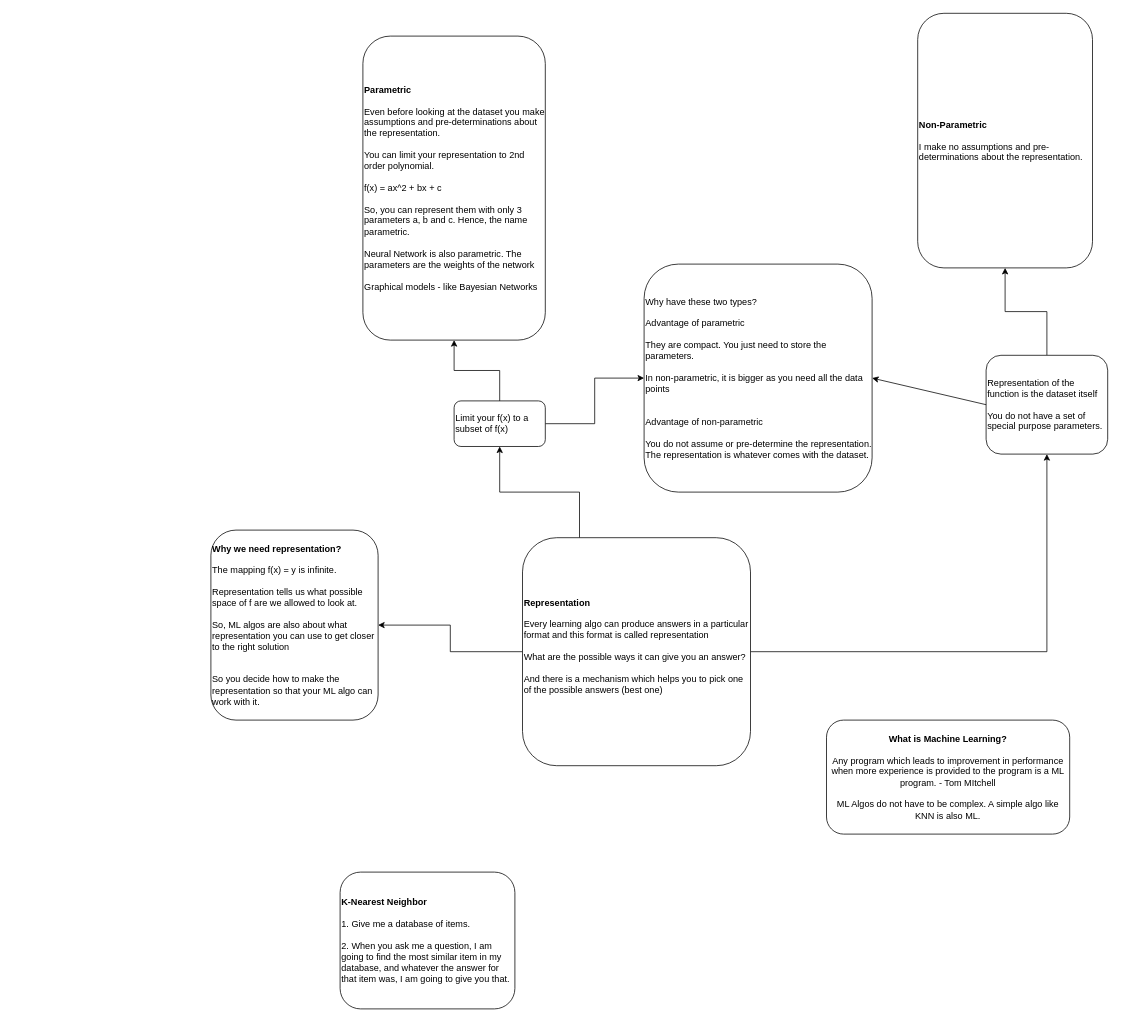
Before: ML-01.drawio in AmlanAlok/draw.io-diagrams, a draw.io diagram. Source tidied: cells renumbered, new cells numbered last; positions are measured from the earlier drawing's top-left corner, leaving out a move shared by most shapes. Both pictures are drawn from the tidied source at 76%, with x=0, y=0 at pixel (211, 13).
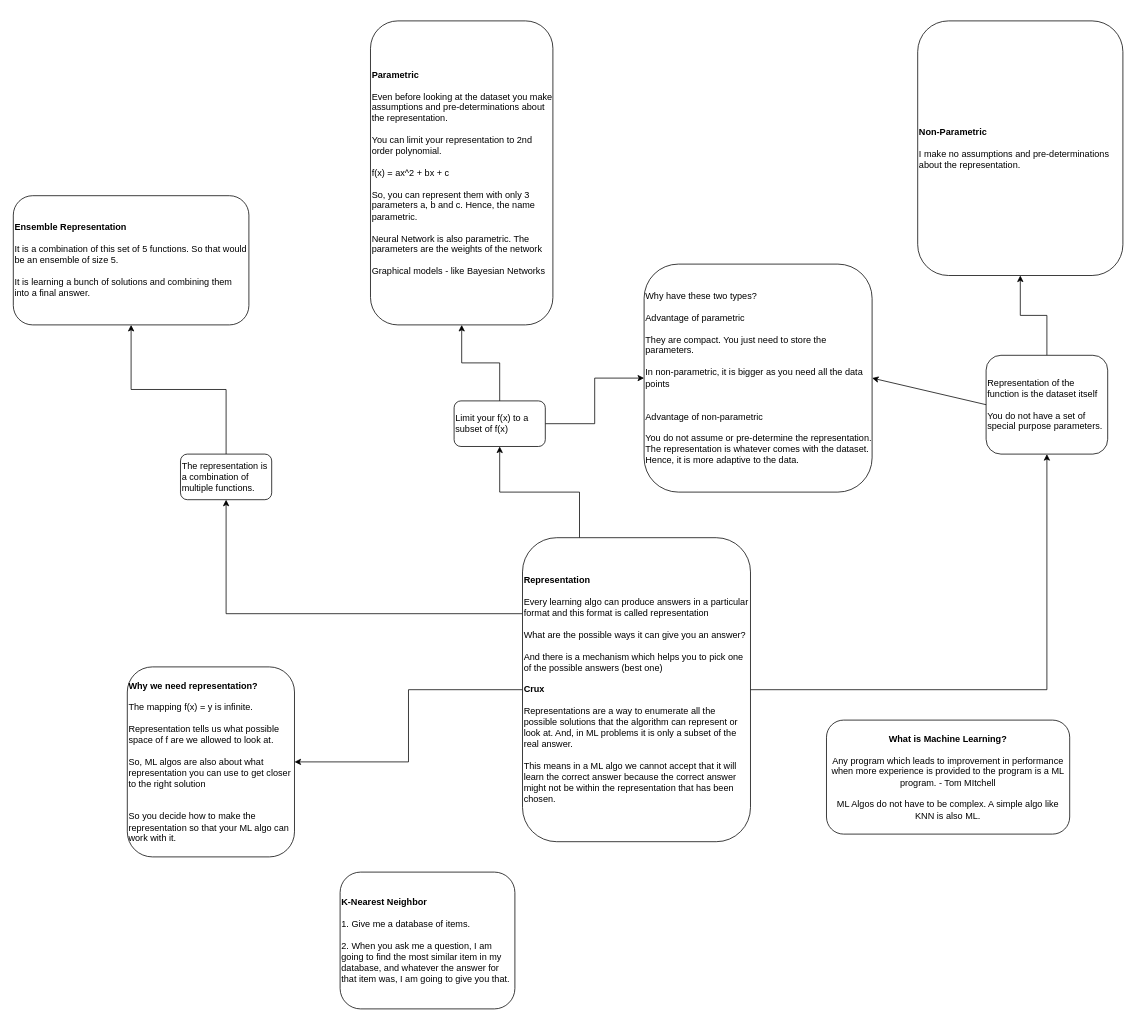
After the change.

Diff of the diagram source:
```diff
@@
+    <mxCell id="18" style="edgeStyle=orthogonalEdgeStyle;rounded=0;jettySize=auto;html=1;exitX=0;exitY=0.25;exitDx=0;exitDy=0;" parent="1" edge="1" source="7" target="20">
+      <mxGeometry relative="1" as="geometry" />
+    </mxCell>
-    <mxCell id="7" value="&lt;b&gt;Representation&lt;br&gt;&lt;/b&gt;&lt;br&gt;Every learning algo can produce answers in a particular format and this format is called representation&lt;br&gt;&lt;br&gt;What are the possible ways it can give you an answer?&lt;br&gt;&lt;br&gt;And there is a mechanism which helps you to pick one of the possible answers (best one)&lt;br&gt;&lt;br&gt;" style="rounded=1;whiteSpace=wrap;html=1;align=left;" parent="1" vertex="1">
-      <mxGeometry x="410" y="690" width="300" height="300" as="geometry" />
+    <mxCell id="7" value="&lt;b&gt;Representation&lt;br&gt;&lt;/b&gt;&lt;br&gt;Every learning algo can produce answers in a particular format and this format is called representation&lt;br&gt;&lt;br&gt;What are the possible ways it can give you an answer?&lt;br&gt;&lt;br&gt;And there is a mechanism which helps you to pick one of the possible answers (best one)&lt;br&gt;&lt;br&gt;&lt;b&gt;Crux&lt;/b&gt;&lt;br&gt;&lt;br&gt;Representations are a way to enumerate all the possible solutions that the algorithm can represent or look at. And, in ML problems it is only a subset of the real answer.&lt;br&gt;&lt;br&gt;This means in a ML algo we cannot accept that it will learn the correct answer because the correct answer might not be within the representation that has been chosen." style="rounded=1;whiteSpace=wrap;html=1;align=left;" parent="1" vertex="1">
+      <mxGeometry x="410" y="690" width="300" height="400" as="geometry" />
     </mxCell>
     <mxCell id="8" value="&lt;b&gt;Why we need representation?&lt;br&gt;&lt;/b&gt;&lt;br&gt;The mapping f(x) = y is infinite.&lt;br&gt;&lt;br style=&quot;border-color: var(--border-color);&quot;&gt;Representation tells us what possible space of f are we allowed to look at.&lt;br&gt;&lt;br&gt;So, ML algos are also about what representation you can use to get closer to the right solution&lt;br&gt;&lt;br&gt;&lt;br&gt;So you decide how to make the representation so that your ML algo can work with it." style="whiteSpace=wrap;html=1;align=left;rounded=1;" parent="1" vertex="1">
-      <mxGeometry y="680" width="220" height="250" as="geometry" />
+      <mxGeometry x="-110" y="860" width="220" height="250" as="geometry" />
     </mxCell>
@@
     <mxCell id="12" value="&lt;b&gt;Parametric&lt;/b&gt;&lt;br&gt;&lt;br&gt;Even before looking at the dataset you make assumptions and pre-determinations about the representation.&amp;nbsp;&lt;br&gt;&lt;br&gt;You can limit your representation to 2nd order polynomial.&lt;br&gt;&lt;br&gt;f(x) = ax^2 + bx + c&lt;br&gt;&lt;br&gt;So, you can represent them with only 3 parameters a, b and c. Hence, the name parametric.&lt;br&gt;&lt;br&gt;Neural Network is also parametric. The parameters are the weights of the network&lt;br&gt;&lt;br&gt;Graphical models - like Bayesian Networks&amp;nbsp;" style="whiteSpace=wrap;html=1;align=left;rounded=1;" parent="1" vertex="1">
-      <mxGeometry x="200" y="30" width="240" height="400" as="geometry" />
+      <mxGeometry x="210" y="10" width="240" height="400" as="geometry" />
     </mxCell>
@@
-    <mxCell id="15" value="Why have these two types?&lt;br&gt;&lt;br&gt;Advantage of parametric&lt;br&gt;&lt;br&gt;They are compact. You just need to store the parameters.&lt;br&gt;&lt;br&gt;In non-parametric, it is bigger as you need all the data points&lt;br&gt;&lt;br&gt;&lt;br&gt;Advantage of non-parametric&lt;br&gt;&lt;br&gt;You do not assume or pre-determine the representation. The representation is whatever comes with the dataset." style="whiteSpace=wrap;html=1;align=left;rounded=1;" parent="1" vertex="1">
+    <mxCell id="15" value="Why have these two types?&lt;br&gt;&lt;br&gt;Advantage of parametric&lt;br&gt;&lt;br&gt;They are compact. You just need to store the parameters.&lt;br&gt;&lt;br&gt;In non-parametric, it is bigger as you need all the data points&lt;br&gt;&lt;br&gt;&lt;br&gt;Advantage of non-parametric&lt;br&gt;&lt;br&gt;You do not assume or pre-determine the representation. The representation is whatever comes with the dataset.&lt;br&gt;Hence, it is more adaptive to the data." style="whiteSpace=wrap;html=1;align=left;rounded=1;" parent="1" vertex="1">
       <mxGeometry x="570" y="330" width="300" height="300" as="geometry" />
     </mxCell>
@@
     <mxCell id="17" value="&lt;b&gt;Non-Parametric&lt;br&gt;&lt;/b&gt;&lt;br&gt;I make no assumptions and pre-determinations about the representation." style="whiteSpace=wrap;html=1;align=left;rounded=1;" parent="1" vertex="1">
-      <mxGeometry x="930" width="230" height="335" as="geometry" />
+      <mxGeometry x="930" y="10" width="270" height="335" as="geometry" />
     </mxCell>
+    <mxCell id="19" style="edgeStyle=orthogonalEdgeStyle;rounded=0;jettySize=auto;html=1;" parent="1" edge="1" source="20" target="21">
+      <mxGeometry relative="1" as="geometry" />
+    </mxCell>
+    <mxCell id="20" value="The representation is a combination of multiple functions." style="whiteSpace=wrap;html=1;align=left;rounded=1;" parent="1" vertex="1">
+      <mxGeometry x="-40" y="580" width="120" height="60" as="geometry" />
+    </mxCell>
+    <mxCell id="21" value="&lt;b&gt;Ensemble Representation&lt;/b&gt;&lt;br&gt;&lt;br&gt;It is a combination of this set of 5 functions. So that would be an ensemble of size 5.&lt;br&gt;&lt;br&gt;It is learning a bunch of solutions and combining them into a final answer.&amp;nbsp;" style="whiteSpace=wrap;html=1;align=left;rounded=1;" parent="1" vertex="1">
+      <mxGeometry x="-260" y="240" width="310" height="170" as="geometry" />
+    </mxCell>
```
